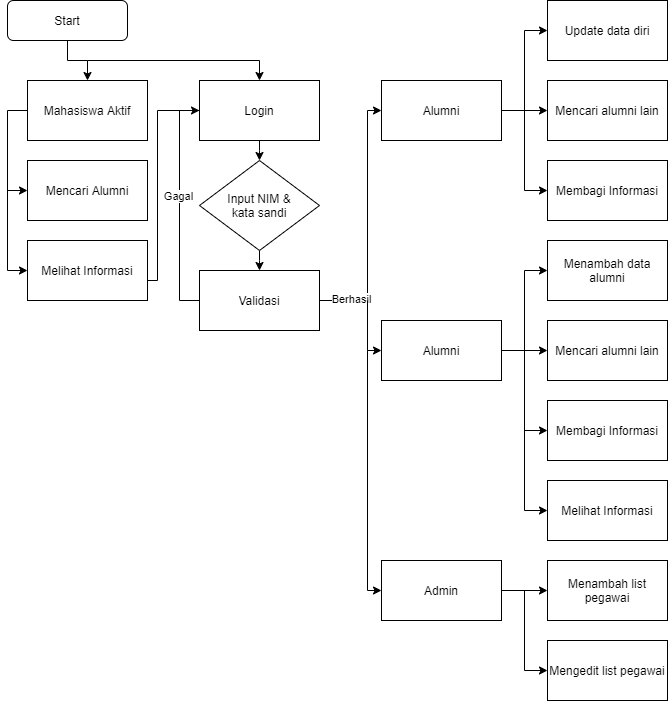
The draw.io diagram flowchart.png in DwikiAffandi/flowchart, before a commit. Source tidied: cells renumbered, new cells last; positions are measured from the earlier drawing's top-left corner, leaving out a move shared by most shapes.
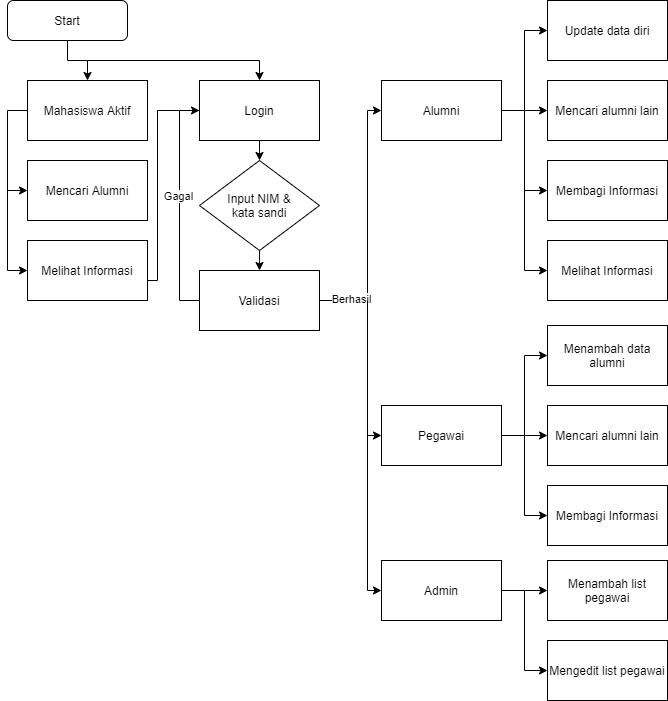
The same file after the commit.

Change to the diagram source:
```diff
@@ -92,6 +92,9 @@
     <mxCell id="22" style="edgeStyle=orthogonalEdgeStyle;rounded=0;jettySize=auto;html=1;entryX=0;entryY=0.5;entryDx=0;entryDy=0;" parent="1" edge="1" source="23" target="25">
       <mxGeometry relative="1" as="geometry" />
     </mxCell>
+    <mxCell id="43" style="edgeStyle=orthogonalEdgeStyle;rounded=0;jettySize=auto;html=1;entryX=0;entryY=0.5;entryDx=0;entryDy=0;" parent="1" edge="1" source="23" target="42">
+      <mxGeometry relative="1" as="geometry" />
+    </mxCell>
     <mxCell id="23" value="Alumni" style="rounded=0;whiteSpace=wrap;html=1;" parent="1" vertex="1">
       <mxGeometry x="374" y="80" width="120" height="60" as="geometry" />
     </mxCell>
@@ -117,24 +120,21 @@
       <mxGeometry relative="1" as="geometry">
         <mxPoint x="360" y="300" as="sourcePoint" />
         <Array as="points">
-          <mxPoint x="360" y="350" />
+          <mxPoint x="360" y="435" />
         </Array>
       </mxGeometry>
     </mxCell>
-    <mxCell id="31" style="edgeStyle=orthogonalEdgeStyle;rounded=0;jettySize=auto;html=1;entryX=0;entryY=0.5;entryDx=0;entryDy=0;" parent="1" edge="1" source="32" target="42">
-      <mxGeometry relative="1" as="geometry" />
-    </mxCell>
-    <mxCell id="32" value="Alumni" style="rounded=0;whiteSpace=wrap;html=1;" parent="1" vertex="1">
-      <mxGeometry x="374" y="320" width="120" height="60" as="geometry" />
+    <mxCell id="32" value="Pegawai" style="rounded=0;whiteSpace=wrap;html=1;" parent="1" vertex="1">
+      <mxGeometry x="374" y="405" width="120" height="60" as="geometry" />
     </mxCell>
     <mxCell id="33" value="Membagi Informasi" style="rounded=0;whiteSpace=wrap;html=1;" parent="1" vertex="1">
-      <mxGeometry x="540" y="400" width="120" height="60" as="geometry" />
+      <mxGeometry x="540" y="485" width="120" height="60" as="geometry" />
     </mxCell>
     <mxCell id="34" value="Mencari alumni lain" style="rounded=0;whiteSpace=wrap;html=1;" parent="1" vertex="1">
-      <mxGeometry x="540" y="320" width="120" height="60" as="geometry" />
+      <mxGeometry x="540" y="405" width="120" height="60" as="geometry" />
     </mxCell>
     <mxCell id="35" value="Menambah data alumni" style="rounded=0;whiteSpace=wrap;html=1;" parent="1" vertex="1">
-      <mxGeometry x="540" y="240" width="120" height="60" as="geometry" />
+      <mxGeometry x="540" y="325" width="120" height="60" as="geometry" />
     </mxCell>
     <mxCell id="36" style="edgeStyle=orthogonalEdgeStyle;rounded=0;jettySize=auto;html=1;entryX=0;entryY=0.5;entryDx=0;entryDy=0;" parent="1" edge="1" source="39" target="40">
       <mxGeometry relative="1" as="geometry" />
@@ -160,7 +160,7 @@
       <mxGeometry x="540" y="560" width="120" height="60" as="geometry" />
     </mxCell>
     <mxCell id="42" value="Melihat Informasi" style="rounded=0;whiteSpace=wrap;html=1;" parent="1" vertex="1">
-      <mxGeometry x="540" y="480" width="120" height="60" as="geometry" />
+      <mxGeometry x="540" y="240" width="120" height="60" as="geometry" />
     </mxCell>
   </root>
 </mxGraphModel>
```
